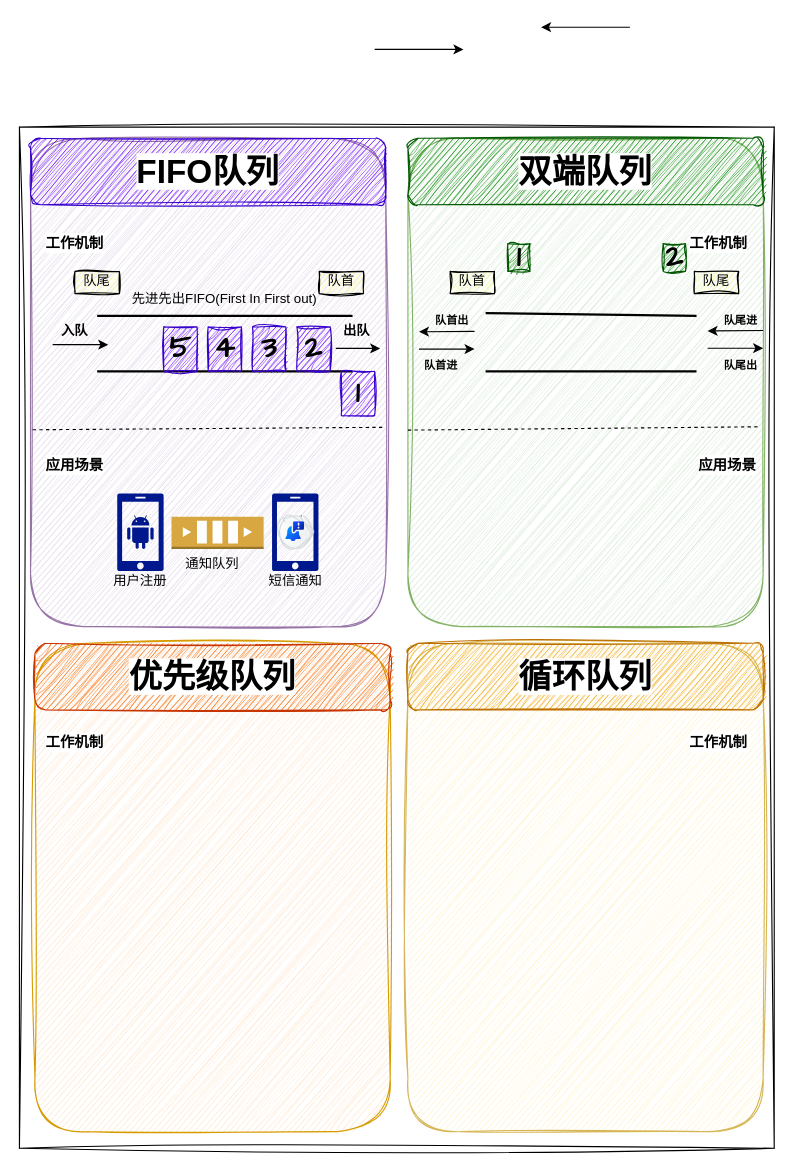
This is image-text/4种常用队列.drawio from Rodert/javapub_oss, a draw.io file, before an edit. Source tidied: cells renumbered, new cells numbered last; positions are measured from the earlier drawing's top-left corner, leaving out a move shared by most shapes. Both pictures are drawn from the tidied source at 111%, with x=0, y=0 at pixel (19, 27).
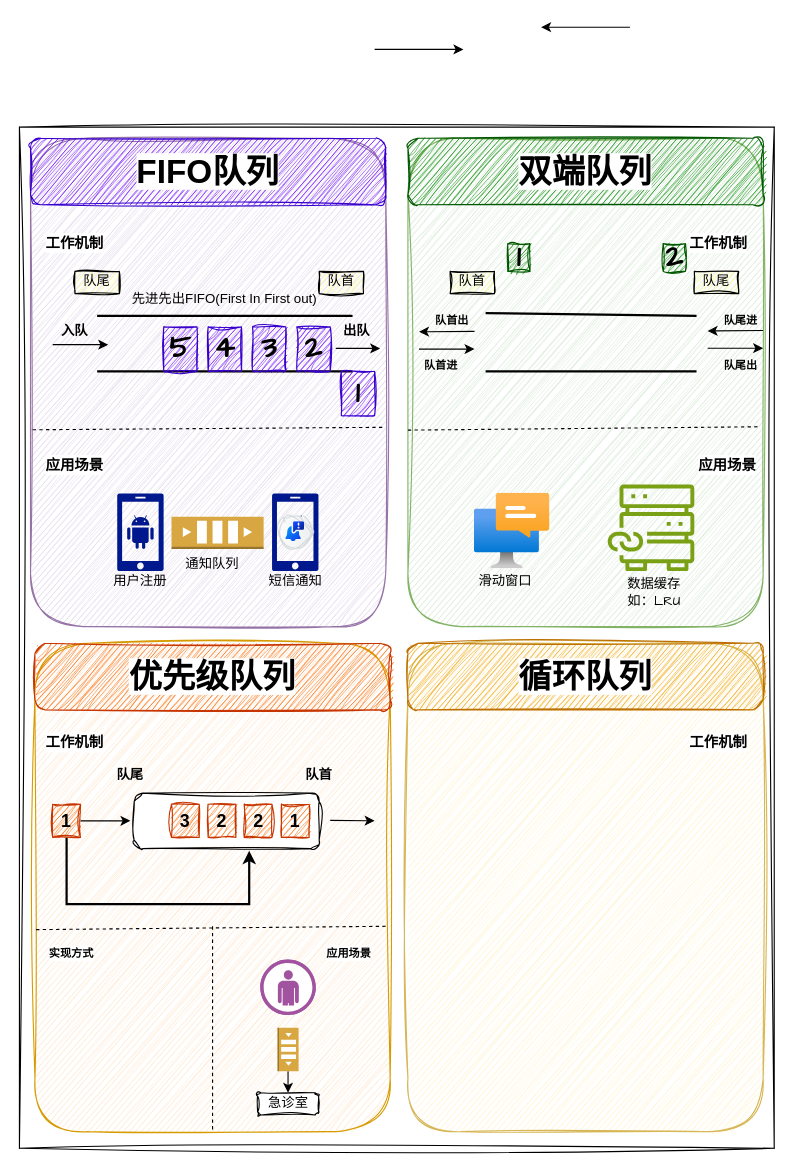
After the change.

Commit message (it also covers changes not shown here):
更新4种常用队列.drawio

Unchanged cells that the change refers to:
```xml
<mxCell id="7" style="rounded=1;whiteSpace=wrap;html=1;sketch=1;hachureGap=4;jiggle=2;curveFitting=1;fontFamily=Architects Daughter;fillColor=#ffe6cc;strokeColor=#d79b00;" parent="1" vertex="1">
  <mxGeometry x="14" y="555" width="320" height="440" as="geometry" />
</mxCell>
```

Change to the diagram source:
```diff
@@
+    <mxCell id="59" style="image;html=1;align=center;fontSize=12;image=img/lib/azure2/other/Windows_Notification_Services.svg;sketch=1;hachureGap=4;jiggle=2;curveFitting=1;fontFamily=Architects Daughter;" parent="1" vertex="1">
+      <mxGeometry x="410" y="420" width="68" height="68" as="geometry" />
+    </mxCell>
+    <mxCell id="60" value="滑动窗口" style="text;html=1;align=center;verticalAlign=middle;whiteSpace=wrap;rounded=0;fontFamily=Architects Daughter;" parent="1" vertex="1">
+      <mxGeometry x="410" y="490" width="56" height="20" as="geometry" />
+    </mxCell>
+    <mxCell id="61" style="sketch=0;fontColor=#232F3E;gradientColor=none;fillColor=#7AA116;strokeColor=none;dashed=0;verticalLabelPosition=bottom;verticalAlign=top;align=center;html=1;fontSize=12;fontStyle=0;shape=mxgraph.aws4.file_cache_on_premises_nfs_linked_datasets;hachureGap=4;jiggle=2;curveFitting=1;fontFamily=Architects Daughter;" parent="1" vertex="1">
+      <mxGeometry x="530" y="412" width="78" height="78" as="geometry" />
+    </mxCell>
+    <mxCell id="62" value="数据缓存&lt;br&gt;如：LRU" style="text;html=1;align=center;verticalAlign=middle;whiteSpace=wrap;rounded=0;fontFamily=Architects Daughter;" parent="1" vertex="1">
+      <mxGeometry x="544" y="500" width="56" height="20" as="geometry" />
+    </mxCell>
+    <mxCell id="63" style="rounded=1;whiteSpace=wrap;html=1;sketch=1;hachureGap=4;jiggle=2;curveFitting=1;fontFamily=Architects Daughter;" parent="1" vertex="1">
+      <mxGeometry x="103.4" y="690" width="166.6" height="50" as="geometry" />
+    </mxCell>
+    <mxCell id="64" value="&lt;b&gt;&lt;font style=&quot;font-size: 16px;&quot; face=&quot;Helvetica&quot;&gt;1&lt;/font&gt;&lt;/b&gt;" style="rounded=0;whiteSpace=wrap;html=1;sketch=1;hachureGap=4;jiggle=2;curveFitting=1;fontFamily=Architects Daughter;fillColor=#fa6800;fontColor=#000000;strokeColor=#C73500;" parent="1" vertex="1">
+      <mxGeometry x="236" y="700" width="25" height="30" as="geometry" />
+    </mxCell>
+    <mxCell id="65" value="&lt;b&gt;&lt;font style=&quot;font-size: 16px;&quot; face=&quot;Helvetica&quot;&gt;2&lt;/font&gt;&lt;/b&gt;" style="rounded=0;whiteSpace=wrap;html=1;sketch=1;hachureGap=4;jiggle=2;curveFitting=1;fontFamily=Architects Daughter;fillColor=#fa6800;fontColor=#000000;strokeColor=#C73500;" parent="1" vertex="1">
+      <mxGeometry x="202.5" y="700" width="25" height="30" as="geometry" />
+    </mxCell>
+    <mxCell id="66" value="&lt;b&gt;&lt;font style=&quot;font-size: 16px;&quot; face=&quot;Helvetica&quot;&gt;2&lt;/font&gt;&lt;/b&gt;" style="rounded=0;whiteSpace=wrap;html=1;sketch=1;hachureGap=4;jiggle=2;curveFitting=1;fontFamily=Architects Daughter;fillColor=#fa6800;fontColor=#000000;strokeColor=#C73500;" parent="1" vertex="1">
+      <mxGeometry x="170" y="700" width="25" height="30" as="geometry" />
+    </mxCell>
+    <mxCell id="67" value="&lt;b&gt;&lt;font style=&quot;font-size: 16px;&quot; face=&quot;Helvetica&quot;&gt;3&lt;/font&gt;&lt;/b&gt;" style="rounded=0;whiteSpace=wrap;html=1;sketch=1;hachureGap=4;jiggle=2;curveFitting=1;fontFamily=Architects Daughter;fillColor=#fa6800;fontColor=#000000;strokeColor=#C73500;" parent="1" vertex="1">
+      <mxGeometry x="137" y="700" width="25" height="30" as="geometry" />
+    </mxCell>
+    <mxCell id="68" style="edgeStyle=orthogonalEdgeStyle;rounded=0;hachureGap=4;jettySize=auto;html=1;fontFamily=Architects Daughter;flowAnimation=1;" parent="1" edge="1" source="70">
+      <mxGeometry relative="1" as="geometry">
+        <mxPoint x="100" y="715" as="targetPoint" />
+      </mxGeometry>
+    </mxCell>
+    <mxCell id="69" style="edgeStyle=orthogonalEdgeStyle;rounded=0;hachureGap=4;jettySize=auto;html=1;fontFamily=Architects Daughter;entryX=0.622;entryY=1.037;entryDx=0;entryDy=0;entryPerimeter=0;exitX=0.5;exitY=1;exitDx=0;exitDy=0;strokeWidth=2;" parent="1" edge="1" source="70" target="63">
+      <mxGeometry relative="1" as="geometry">
+        <Array as="points">
+          <mxPoint x="43" y="790" />
+          <mxPoint x="207" y="790" />
+        </Array>
+      </mxGeometry>
+    </mxCell>
+    <mxCell id="70" value="&lt;b&gt;&lt;font style=&quot;font-size: 16px;&quot; face=&quot;Helvetica&quot;&gt;1&lt;/font&gt;&lt;/b&gt;" style="rounded=0;whiteSpace=wrap;html=1;sketch=1;hachureGap=4;jiggle=2;curveFitting=1;fontFamily=Architects Daughter;fillColor=#fa6800;fontColor=#000000;strokeColor=#C73500;" parent="1" vertex="1">
+      <mxGeometry x="30" y="700" width="25" height="30" as="geometry" />
+    </mxCell>
+    <mxCell id="71" style="endArrow=classic;html=1;rounded=0;hachureGap=4;fontFamily=Architects Daughter;flowAnimation=1;" parent="1" edge="1">
+      <mxGeometry relative="1" as="geometry">
+        <mxPoint x="280" y="714.6" as="sourcePoint" />
+        <mxPoint x="320" y="715" as="targetPoint" />
+      </mxGeometry>
+    </mxCell>
+    <mxCell id="72" value="&lt;b&gt;队首&lt;/b&gt;" style="text;html=1;align=center;verticalAlign=middle;whiteSpace=wrap;rounded=0;fontFamily=Architects Daughter;" parent="1" vertex="1">
+      <mxGeometry x="240" y="660" width="60" height="30" as="geometry" />
+    </mxCell>
+    <mxCell id="73" value="&lt;b&gt;队尾&lt;/b&gt;" style="text;html=1;align=center;verticalAlign=middle;whiteSpace=wrap;rounded=0;fontFamily=Architects Daughter;" parent="1" vertex="1">
+      <mxGeometry x="70" y="660" width="60" height="30" as="geometry" />
+    </mxCell>
+    <mxCell id="74" style="endArrow=none;dashed=1;html=1;rounded=0;hachureGap=4;fontFamily=Architects Daughter;entryX=0.991;entryY=0.592;entryDx=0;entryDy=0;entryPerimeter=0;exitX=0.006;exitY=0.597;exitDx=0;exitDy=0;exitPerimeter=0;flowAnimation=0;" parent="1" edge="1">
+      <mxGeometry relative="1" as="geometry">
+        <mxPoint x="15" y="813" as="sourcePoint" />
+        <mxPoint x="330" y="810" as="targetPoint" />
+      </mxGeometry>
+    </mxCell>
+    <mxCell id="75" value="&lt;b style=&quot;&quot;&gt;&lt;font style=&quot;background-color: rgb(255, 255, 255); font-size: 10px;&quot;&gt;应用场景&lt;/font&gt;&lt;/b&gt;" style="text;html=1;align=center;verticalAlign=middle;whiteSpace=wrap;rounded=0;fontFamily=Architects Daughter;" parent="1" vertex="1">
+      <mxGeometry x="270" y="820" width="53.5" height="30" as="geometry" />
+    </mxCell>
+    <mxCell id="76" style="verticalLabelPosition=bottom;sketch=0;html=1;fillColor=#A153A0;strokeColor=#ffffff;verticalAlign=top;align=center;shape=mxgraph.cisco_safe.compositeIcon;bgIcon=ellipse;resIcon=mxgraph.cisco_safe.design.user;hachureGap=4;jiggle=2;curveFitting=1;fontFamily=Architects Daughter;" parent="1" vertex="1">
+      <mxGeometry x="217" y="840" width="50" height="50" as="geometry" />
+    </mxCell>
+    <mxCell id="77" style="edgeStyle=orthogonalEdgeStyle;rounded=0;hachureGap=4;jettySize=auto;html=1;exitX=1;exitY=0.5;exitDx=0;exitDy=0;exitPerimeter=0;entryX=0.5;entryY=0;entryDx=0;entryDy=0;fontFamily=Architects Daughter;flowAnimation=1;" parent="1" edge="1" source="78" target="79">
+      <mxGeometry relative="1" as="geometry" />
+    </mxCell>
+    <mxCell id="78" style="outlineConnect=0;dashed=0;verticalLabelPosition=bottom;verticalAlign=top;align=center;html=1;shape=mxgraph.aws3.queue;fillColor=#D9A741;gradientColor=none;hachureGap=4;fontFamily=Architects Daughter;rotation=90;" parent="1" vertex="1">
+      <mxGeometry x="222.4" y="911.4" width="39.2" height="19" as="geometry" />
+    </mxCell>
+    <mxCell id="79" value="急诊室" style="rounded=1;whiteSpace=wrap;html=1;sketch=1;hachureGap=4;jiggle=2;curveFitting=1;fontFamily=Architects Daughter;" parent="1" vertex="1">
+      <mxGeometry x="214.5" y="960" width="55" height="20" as="geometry" />
+    </mxCell>
+    <mxCell id="80" style="endArrow=none;dashed=1;html=1;rounded=0;hachureGap=4;fontFamily=Architects Daughter;entryX=0.5;entryY=1;entryDx=0;entryDy=0;flowAnimation=0;" parent="1" edge="1" target="7">
+      <mxGeometry relative="1" as="geometry">
+        <mxPoint x="174" y="810" as="sourcePoint" />
+      </mxGeometry>
+    </mxCell>
+    <mxCell id="81" value="&lt;b style=&quot;&quot;&gt;&lt;font style=&quot;background-color: rgb(255, 255, 255); font-size: 10px;&quot;&gt;实现方式&lt;/font&gt;&lt;/b&gt;" style="text;html=1;align=center;verticalAlign=middle;whiteSpace=wrap;rounded=0;fontFamily=Architects Daughter;" parent="1" vertex="1">
+      <mxGeometry x="20" y="820" width="53.5" height="30" as="geometry" />
+    </mxCell>
```
